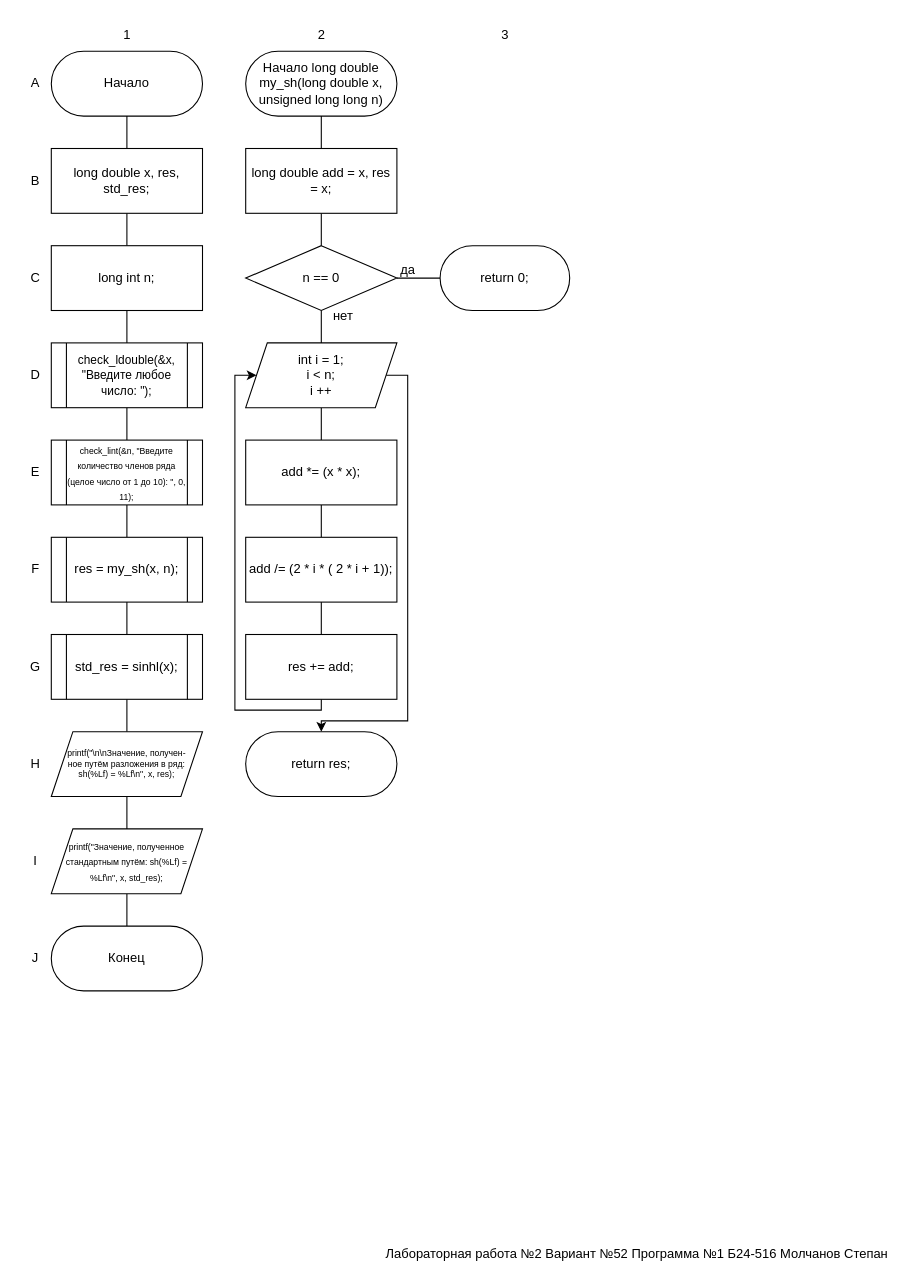
This is page "Страница — 1" (1 of 2) of lab2/flowchart.drawio from molchanov71/MEPhIflowcharts, a draw.io file, before an edit. Source tidied: cells renumbered, new cells numbered last; positions are measured from the earlier drawing's top-left corner, leaving out a move shared by most shapes. Both pictures are drawn from the tidied source at 108%, with x=0, y=0 at pixel (18, 18).
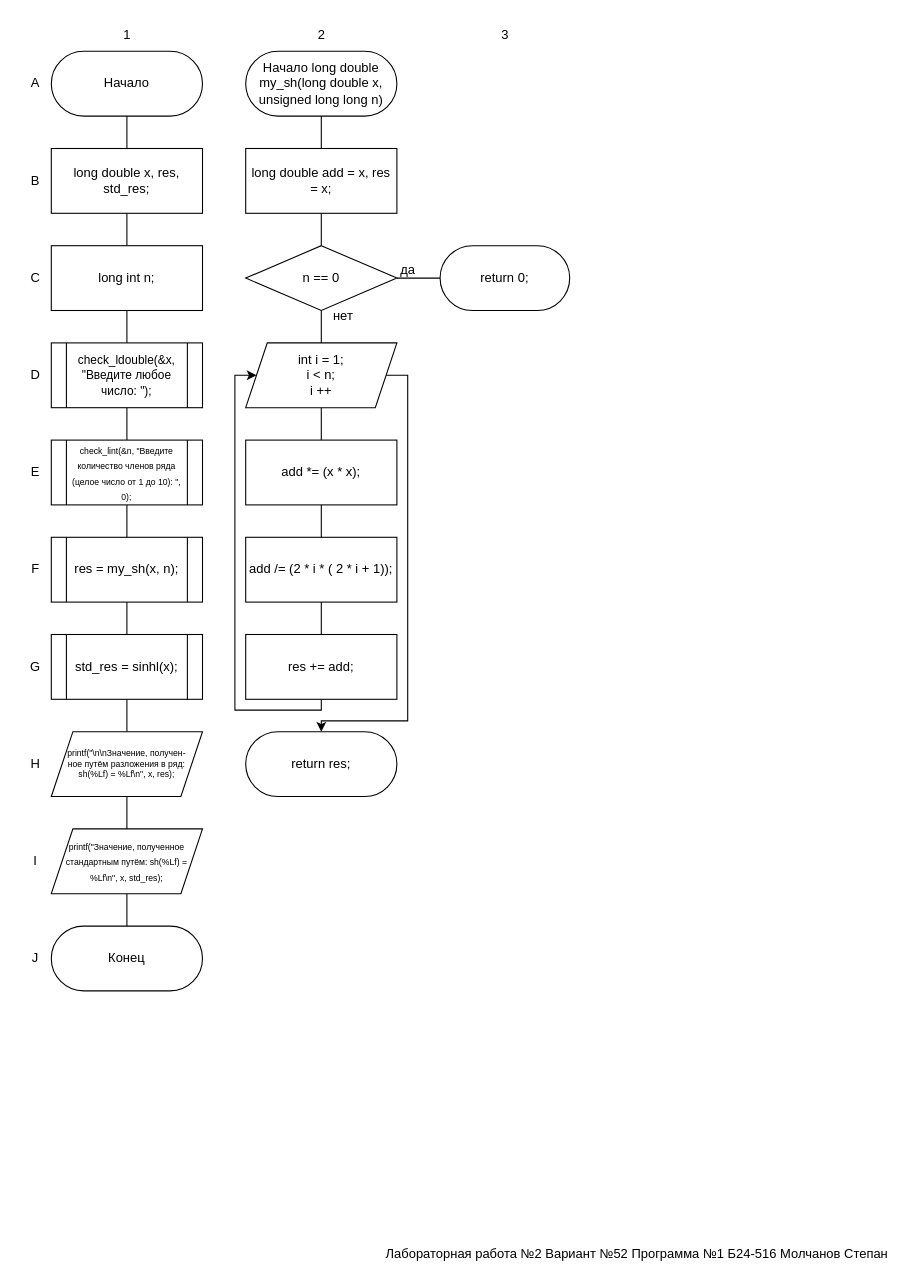
After the change.

Diff of the diagram source:
```diff
@@
-    <mxCell id="11" value="&lt;font style=&quot;font-size: 8px;&quot;&gt;check_lint(&amp;amp;n, &quot;Введите количество членов ряда (целое число от 1 до 10): &quot;, 0, 11);&lt;/font&gt;" style="shape=process;whiteSpace=wrap;html=1;backgroundOutline=1;" parent="1" vertex="1">
+    <mxCell id="11" value="&lt;font style=&quot;font-size: 8px;&quot;&gt;check_lint(&amp;amp;n, &quot;Введите количество членов ряда (целое число от 1 до 10): &quot;, 0);&lt;/font&gt;" style="shape=process;whiteSpace=wrap;html=1;backgroundOutline=1;" parent="1" vertex="1">
       <mxGeometry x="30" y="390" width="140" height="60" as="geometry" />
     </mxCell>
```
